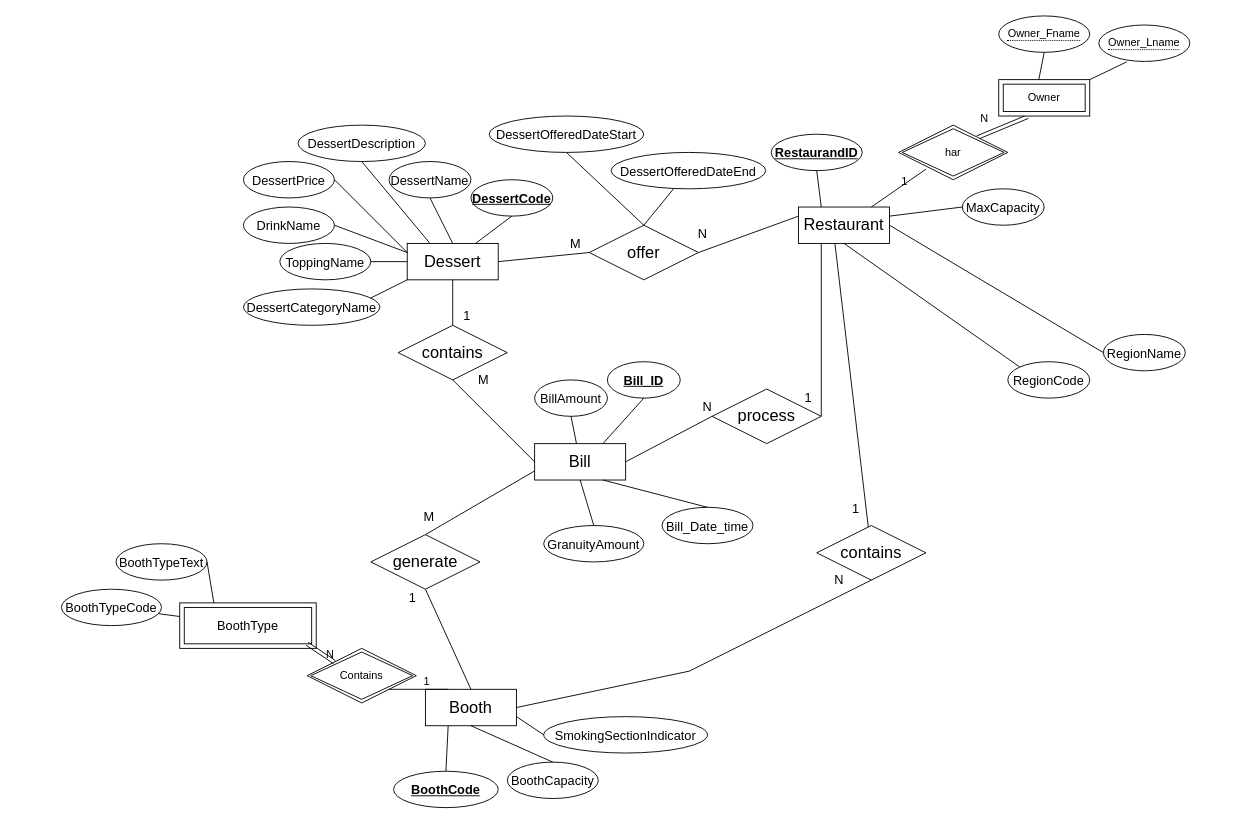
PyroG8r/Databaser-DT139G keeps this draw.io diagram as Labb3/N2/Dessert_DiagramN2.drawio. Above is the earlier version. Source tidied: cells renumbered, new cells numbered last; positions are measured from the earlier drawing's top-left corner, leaving out a move shared by most shapes. Both pictures are drawn from the tidied source at 91%, with x=0, y=0 at pixel (61, 15).
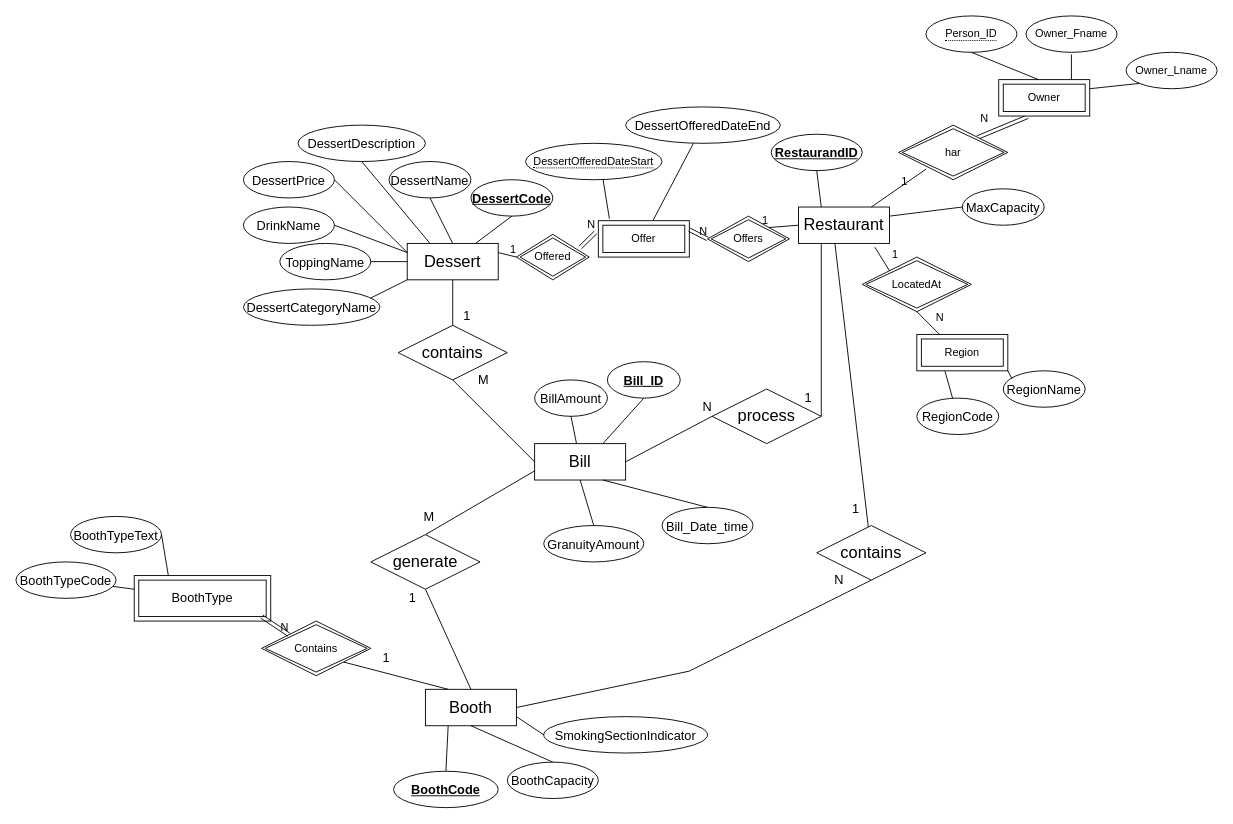
The same page after the edit.

Unchanged cells that the change refers to:
```xml
<mxCell id="3" value="&lt;font style=&quot;font-size: 18px&quot;&gt;Booth&lt;/font&gt;" style="whiteSpace=wrap;html=1;align=center;" parent="1" vertex="1">
  <mxGeometry x="400" y="740" width="100" height="40" as="geometry" />
</mxCell>
<mxCell id="4" value="&lt;font style=&quot;font-size: 18px&quot;&gt;Restaurant&lt;/font&gt;" style="whiteSpace=wrap;html=1;align=center;" parent="1" vertex="1">
  <mxGeometry x="810" y="210" width="100" height="40" as="geometry" />
</mxCell>
<mxCell id="5" value="&lt;font style=&quot;font-size: 18px&quot;&gt;Dessert&lt;/font&gt;" style="whiteSpace=wrap;html=1;align=center;" parent="1" vertex="1">
  <mxGeometry x="380" y="250" width="100" height="40" as="geometry" />
</mxCell>
<mxCell id="78" value="Owner" style="shape=ext;margin=3;double=1;whiteSpace=wrap;html=1;align=center;" parent="1" vertex="1">
  <mxGeometry x="1030" y="70" width="100" height="40" as="geometry" />
</mxCell>
```

Change to the diagram source:
```diff
@@
-    <mxCell id="8" value="offer" style="shape=rhombus;perimeter=rhombusPerimeter;whiteSpace=wrap;html=1;align=center;fontSize=18;" parent="1" vertex="1">
-      <mxGeometry x="580" y="230" width="120" height="60" as="geometry" />
-    </mxCell>
@@
-    <mxCell id="21" value="&lt;font style=&quot;font-size: 14px&quot;&gt;DessertOfferedDateStart&lt;/font&gt;" style="ellipse;whiteSpace=wrap;html=1;align=center;fontSize=18;" parent="1" vertex="1">
-      <mxGeometry x="470" y="110" width="170" height="40" as="geometry" />
-    </mxCell>
@@
-    <mxCell id="29" style="endArrow=none;html=1;rounded=0;fontSize=18;entryX=0.5;entryY=1;entryDx=0;entryDy=0;exitX=0.5;exitY=0;exitDx=0;exitDy=0;" parent="1" edge="1" source="8" target="21">
+    <mxCell id="29" style="endArrow=none;html=1;rounded=0;fontSize=18;entryX=0.568;entryY=0.997;entryDx=0;entryDy=0;exitX=0.122;exitY=-0.053;exitDx=0;exitDy=0;exitPerimeter=0;entryPerimeter=0;" parent="1" edge="1" source="87" target="21">
       <mxGeometry relative="1" as="geometry" />
     </mxCell>
@@
     <mxCell id="33" value="&lt;font style=&quot;font-size: 14px&quot;&gt;RegionName&lt;/font&gt;" style="ellipse;whiteSpace=wrap;html=1;align=center;fontSize=18;" parent="1" vertex="1">
-      <mxGeometry x="1145" y="350" width="90" height="40" as="geometry" />
+      <mxGeometry x="1035" y="390" width="90" height="40" as="geometry" />
     </mxCell>
     <mxCell id="34" value="&lt;font style=&quot;font-size: 14px&quot;&gt;RegionCode&lt;/font&gt;" style="ellipse;whiteSpace=wrap;html=1;align=center;fontSize=18;" parent="1" vertex="1">
-      <mxGeometry x="1040" y="380" width="90" height="40" as="geometry" />
+      <mxGeometry x="940" y="420" width="90" height="40" as="geometry" />
     </mxCell>
-    <mxCell id="35" style="endArrow=none;html=1;rounded=0;fontSize=18;entryX=0;entryY=0;entryDx=0;entryDy=0;exitX=0.5;exitY=1;exitDx=0;exitDy=0;" parent="1" edge="1" source="4" target="34">
-      <mxGeometry relative="1" as="geometry" />
-    </mxCell>
-    <mxCell id="36" style="endArrow=none;html=1;rounded=0;fontSize=18;entryX=0;entryY=0.5;entryDx=0;entryDy=0;exitX=1;exitY=0.5;exitDx=0;exitDy=0;" parent="1" edge="1" source="4" target="33">
-      <mxGeometry relative="1" as="geometry" />
-    </mxCell>
@@
-    <mxCell id="39" style="endArrow=none;html=1;rounded=0;fontSize=14;entryX=1;entryY=0.5;entryDx=0;entryDy=0;exitX=0;exitY=0.25;exitDx=0;exitDy=0;" parent="1" edge="1" source="4" target="8">
-      <mxGeometry relative="1" as="geometry" />
-    </mxCell>
-    <mxCell id="40" value="N" style="html=1;align=right;verticalAlign=bottom;fontSize=14;" parent="39" vertex="1">
-      <mxGeometry x="1" relative="1" as="geometry">
-        <mxPoint x="10" y="-10" as="offset" />
-      </mxGeometry>
-    </mxCell>
-    <mxCell id="41" style="endArrow=none;html=1;rounded=0;fontSize=14;entryX=0;entryY=0.5;entryDx=0;entryDy=0;exitX=1;exitY=0.5;exitDx=0;exitDy=0;" parent="1" edge="1" source="5" target="8">
-      <mxGeometry relative="1" as="geometry" />
-    </mxCell>
-    <mxCell id="42" value="M" style="html=1;align=right;verticalAlign=bottom;fontSize=14;" parent="41" vertex="1">
-      <mxGeometry x="1" relative="1" as="geometry">
-        <mxPoint x="-9" as="offset" />
-      </mxGeometry>
-    </mxCell>
@@
-    <mxCell id="66" value="&lt;font style=&quot;font-size: 14px&quot;&gt;BoothTypeCode&lt;/font&gt;" style="ellipse;whiteSpace=wrap;html=1;align=center;fontSize=18;" parent="1" vertex="1">
-      <mxGeometry y="630" width="110" height="40" as="geometry" />
-    </mxCell>
-    <mxCell id="67" value="&lt;font style=&quot;font-size: 14px&quot;&gt;BoothTypeText&lt;/font&gt;" style="ellipse;whiteSpace=wrap;html=1;align=center;fontSize=18;" parent="1" vertex="1">
-      <mxGeometry x="60" y="580" width="100" height="40" as="geometry" />
-    </mxCell>
@@
-    <mxCell id="71" style="endArrow=none;html=1;rounded=0;fontSize=14;" parent="1" edge="1" source="66" target="86">
-      <mxGeometry relative="1" as="geometry" />
-    </mxCell>
-    <mxCell id="72" style="endArrow=none;html=1;rounded=0;fontSize=14;entryX=0.25;entryY=0;entryDx=0;entryDy=0;exitX=1;exitY=0.5;exitDx=0;exitDy=0;" parent="1" edge="1" source="67" target="86">
+    <mxCell id="72" style="endArrow=none;html=1;rounded=0;fontSize=14;entryX=0.25;entryY=0;entryDx=0;entryDy=0;exitX=1;exitY=1;exitDx=0;exitDy=0;" parent="1" edge="1" source="98" target="3">
       <mxGeometry relative="1" as="geometry" />
     </mxCell>
@@
-    <mxCell id="79" value="&lt;span style=&quot;border-bottom: 1px dotted&quot;&gt;Owner_Fname&lt;/span&gt;" style="ellipse;whiteSpace=wrap;html=1;align=center;" parent="1" vertex="1">
-      <mxGeometry x="1030" width="100" height="40" as="geometry" />
+    <mxCell id="79" value="&lt;span style=&quot;border-bottom: 1px dotted&quot;&gt;Person_ID&lt;/span&gt;" style="ellipse;whiteSpace=wrap;html=1;align=center;" parent="1" vertex="1">
+      <mxGeometry x="950" width="100" height="40" as="geometry" />
     </mxCell>
@@
     <mxCell id="81" value="&lt;font style=&quot;font-size: 14px&quot;&gt;DessertOfferedDateEnd&lt;/font&gt;" style="ellipse;whiteSpace=wrap;html=1;align=center;fontSize=18;" parent="1" vertex="1">
-      <mxGeometry x="604" y="150" width="170" height="40" as="geometry" />
+      <mxGeometry x="620" y="100" width="170" height="40" as="geometry" />
     </mxCell>
-    <mxCell id="82" style="endArrow=none;html=1;rounded=0;fontSize=18;exitX=0.5;exitY=0;exitDx=0;exitDy=0;" parent="1" edge="1" source="8" target="81">
+    <mxCell id="82" style="endArrow=none;html=1;rounded=0;fontSize=18;exitX=0.6;exitY=0;exitDx=0;exitDy=0;exitPerimeter=0;" parent="1" edge="1" source="87" target="81">
       <mxGeometry relative="1" as="geometry" />
     </mxCell>
-    <mxCell id="83" value="&lt;span style=&quot;border-bottom: 1px dotted&quot;&gt;Owner_Lname&lt;/span&gt;" style="ellipse;whiteSpace=wrap;html=1;align=center;" parent="1" vertex="1">
-      <mxGeometry x="1140" y="10" width="100" height="40" as="geometry" />
-    </mxCell>
-    <mxCell id="84" style="endArrow=none;html=1;rounded=0;exitX=1;exitY=0;exitDx=0;exitDy=0;entryX=0.307;entryY=1.012;entryDx=0;entryDy=0;entryPerimeter=0;" parent="1" edge="1" source="78" target="83">
+    <mxCell id="84" style="endArrow=none;html=1;rounded=0;exitX=0.799;exitY=0;exitDx=0;exitDy=0;entryX=0.499;entryY=1.06;entryDx=0;entryDy=0;entryPerimeter=0;exitPerimeter=0;" parent="1" edge="1" source="78" target="91">
       <mxGeometry relative="1" as="geometry" />
     </mxCell>
+    <mxCell id="91" value="Owner_Fname" style="ellipse;whiteSpace=wrap;html=1;align=center;" parent="1" vertex="1">
+      <mxGeometry x="1060" width="100" height="40" as="geometry" />
+    </mxCell>
-    <mxCell id="85" value="Contains" style="shape=rhombus;double=1;perimeter=rhombusPerimeter;whiteSpace=wrap;html=1;align=center;" parent="1" vertex="1">
-      <mxGeometry x="270" y="695" width="120" height="60" as="geometry" />
+    <mxCell id="85" value="Owner_Lname" style="ellipse;whiteSpace=wrap;html=1;align=center;" parent="1" vertex="1">
+      <mxGeometry x="1170" y="40" width="100" height="40" as="geometry" />
     </mxCell>
-    <mxCell id="86" value="&lt;span style=&quot;font-size: 14px&quot;&gt;BoothType&lt;/span&gt;" style="shape=ext;margin=3;double=1;whiteSpace=wrap;html=1;align=center;" parent="1" vertex="1">
-      <mxGeometry x="130" y="645" width="150" height="50" as="geometry" />
+    <mxCell id="86" style="endArrow=none;html=1;rounded=0;exitX=1;exitY=0.25;exitDx=0;exitDy=0;entryX=0;entryY=1;entryDx=0;entryDy=0;" parent="1" edge="1" source="78" target="85">
+      <mxGeometry relative="1" as="geometry" />
     </mxCell>
-    <mxCell id="87" style="shape=link;html=1;rounded=0;entryX=0;entryY=0;entryDx=0;entryDy=0;" parent="1" edge="1" target="85">
-      <mxGeometry relative="1" as="geometry">
-        <mxPoint x="270" y="690" as="sourcePoint" />
-      </mxGeometry>
+    <mxCell id="87" value="Offer" style="shape=ext;margin=3;double=1;whiteSpace=wrap;html=1;align=center;" parent="1" vertex="1">
+      <mxGeometry x="590" y="225" width="100" height="40" as="geometry" />
     </mxCell>
-    <mxCell id="88" value="N" style="html=1;align=right;verticalAlign=bottom;" parent="87" vertex="1">
-      <mxGeometry x="1" relative="1" as="geometry" />
-    </mxCell>
-    <mxCell id="89" style="endArrow=none;html=1;rounded=0;exitX=1;exitY=1;exitDx=0;exitDy=0;entryX=0.25;entryY=0;entryDx=0;entryDy=0;" parent="1" edge="1" source="85" target="3">
-      <mxGeometry relative="1" as="geometry" />
+    <mxCell id="89" value="Offered" style="shape=rhombus;double=1;perimeter=rhombusPerimeter;whiteSpace=wrap;html=1;align=center;" parent="1" vertex="1">
+      <mxGeometry x="500" y="240" width="80" height="50" as="geometry" />
     </mxCell>
-    <mxCell id="90" value="1" style="html=1;align=right;verticalAlign=bottom;" parent="89" vertex="1">
-      <mxGeometry x="1" relative="1" as="geometry">
-        <mxPoint x="-20" as="offset" />
-      </mxGeometry>
+    <mxCell id="90" value="Offers" style="shape=rhombus;double=1;perimeter=rhombusPerimeter;whiteSpace=wrap;html=1;align=center;" parent="1" vertex="1">
+      <mxGeometry x="710" y="220" width="90" height="50" as="geometry" />
     </mxCell>
+    <mxCell id="21" value="&lt;span style=&quot;border-bottom: 1px dotted&quot;&gt;DessertOfferedDateStart&lt;/span&gt;" style="ellipse;whiteSpace=wrap;html=1;align=center;" parent="1" vertex="1">
+      <mxGeometry x="510" y="140" width="150" height="40" as="geometry" />
+    </mxCell>
+    <mxCell id="92" style="endArrow=none;html=1;rounded=0;entryX=0;entryY=0.5;entryDx=0;entryDy=0;exitX=1;exitY=0.25;exitDx=0;exitDy=0;" parent="1" edge="1" source="5" target="89">
+      <mxGeometry relative="1" as="geometry" />
+    </mxCell>
+    <mxCell id="93" value="1" style="html=1;align=right;verticalAlign=bottom;" parent="92" vertex="1">
+      <mxGeometry x="1" relative="1" as="geometry" />
+    </mxCell>
+    <mxCell id="94" style="endArrow=none;html=1;rounded=0;exitX=0;exitY=0.5;exitDx=0;exitDy=0;entryX=1;entryY=0;entryDx=0;entryDy=0;" parent="1" edge="1" source="4" target="90">
+      <mxGeometry relative="1" as="geometry" />
+    </mxCell>
+    <mxCell id="95" value="1" style="html=1;align=right;verticalAlign=bottom;" parent="94" vertex="1">
+      <mxGeometry x="1" relative="1" as="geometry" />
+    </mxCell>
+    <mxCell id="66" value="&lt;font style=&quot;font-size: 14px&quot;&gt;BoothTypeCode&lt;/font&gt;" style="ellipse;whiteSpace=wrap;html=1;align=center;fontSize=18;" parent="1" vertex="1">
+      <mxGeometry x="-50" y="600" width="110" height="40" as="geometry" />
+    </mxCell>
+    <mxCell id="67" value="&lt;font style=&quot;font-size: 14px&quot;&gt;BoothTypeText&lt;/font&gt;" style="ellipse;whiteSpace=wrap;html=1;align=center;fontSize=18;" parent="1" vertex="1">
+      <mxGeometry x="10" y="550" width="100" height="40" as="geometry" />
+    </mxCell>
+    <mxCell id="96" style="endArrow=none;html=1;rounded=0;fontSize=14;" parent="1" edge="1" source="66" target="99">
+      <mxGeometry relative="1" as="geometry" />
+    </mxCell>
+    <mxCell id="97" style="endArrow=none;html=1;rounded=0;fontSize=14;entryX=0.25;entryY=0;entryDx=0;entryDy=0;exitX=1;exitY=0.5;exitDx=0;exitDy=0;" parent="1" edge="1" source="67" target="99">
+      <mxGeometry relative="1" as="geometry" />
+    </mxCell>
+    <mxCell id="98" value="Contains" style="shape=rhombus;double=1;perimeter=rhombusPerimeter;whiteSpace=wrap;html=1;align=center;" parent="1" vertex="1">
+      <mxGeometry x="220" y="665" width="120" height="60" as="geometry" />
+    </mxCell>
+    <mxCell id="99" value="&lt;span style=&quot;font-size: 14px&quot;&gt;BoothType&lt;/span&gt;" style="shape=ext;margin=3;double=1;whiteSpace=wrap;html=1;align=center;" parent="1" vertex="1">
+      <mxGeometry x="80" y="615" width="150" height="50" as="geometry" />
+    </mxCell>
+    <mxCell id="100" style="shape=link;html=1;rounded=0;entryX=0;entryY=0;entryDx=0;entryDy=0;" parent="1" edge="1" target="98">
+      <mxGeometry relative="1" as="geometry">
+        <mxPoint x="220" y="660" as="sourcePoint" />
+      </mxGeometry>
+    </mxCell>
+    <mxCell id="101" value="N" style="html=1;align=right;verticalAlign=bottom;" parent="100" vertex="1">
+      <mxGeometry x="1" relative="1" as="geometry" />
+    </mxCell>
+    <mxCell id="102" value="1" style="html=1;align=right;verticalAlign=bottom;fontSize=14;" parent="1" vertex="1">
+      <mxGeometry x="399.9" y="659.8" as="geometry">
+        <mxPoint x="-39" y="56" as="offset" />
+      </mxGeometry>
+    </mxCell>
+    <mxCell id="103" value="Region" style="shape=ext;margin=3;double=1;whiteSpace=wrap;html=1;align=center;" parent="1" vertex="1">
+      <mxGeometry x="940" y="350" width="100" height="40" as="geometry" />
+    </mxCell>
+    <mxCell id="104" value="LocatedAt" style="shape=rhombus;double=1;perimeter=rhombusPerimeter;whiteSpace=wrap;html=1;align=center;" parent="1" vertex="1">
+      <mxGeometry x="880" y="265" width="120" height="60" as="geometry" />
+    </mxCell>
+    <mxCell id="105" style="endArrow=none;html=1;rounded=0;exitX=0.839;exitY=1.104;exitDx=0;exitDy=0;exitPerimeter=0;entryX=0;entryY=0;entryDx=0;entryDy=0;" parent="1" edge="1" source="4" target="104">
+      <mxGeometry relative="1" as="geometry" />
+    </mxCell>
+    <mxCell id="106" value="1" style="html=1;align=right;verticalAlign=bottom;" parent="105" vertex="1">
+      <mxGeometry x="1" relative="1" as="geometry">
+        <mxPoint x="10" y="-10" as="offset" />
+      </mxGeometry>
+    </mxCell>
+    <mxCell id="107" style="endArrow=none;html=1;rounded=0;exitX=0.5;exitY=1;exitDx=0;exitDy=0;entryX=0.25;entryY=0;entryDx=0;entryDy=0;" parent="1" edge="1" source="104" target="103">
+      <mxGeometry relative="1" as="geometry" />
+    </mxCell>
+    <mxCell id="108" value="N" style="html=1;align=right;verticalAlign=bottom;" parent="107" vertex="1">
+      <mxGeometry x="1" relative="1" as="geometry">
+        <mxPoint x="5" y="-10" as="offset" />
+      </mxGeometry>
+    </mxCell>
+    <mxCell id="109" style="endArrow=none;html=1;rounded=0;exitX=0.309;exitY=1.01;exitDx=0;exitDy=0;exitPerimeter=0;" parent="1" edge="1" source="103" target="34">
+      <mxGeometry relative="1" as="geometry" />
+    </mxCell>
+    <mxCell id="110" style="endArrow=none;html=1;rounded=0;exitX=1;exitY=1;exitDx=0;exitDy=0;entryX=0.107;entryY=0.22;entryDx=0;entryDy=0;entryPerimeter=0;" parent="1" edge="1" source="103" target="33">
+      <mxGeometry relative="1" as="geometry" />
+    </mxCell>
+    <mxCell id="111" style="shape=link;html=1;rounded=0;exitX=1;exitY=0;exitDx=0;exitDy=0;entryX=-0.031;entryY=0.325;entryDx=0;entryDy=0;entryPerimeter=0;" parent="1" edge="1" target="87">
+      <mxGeometry relative="1" as="geometry">
+        <mxPoint x="570" y="254.5" as="sourcePoint" />
+      </mxGeometry>
+    </mxCell>
+    <mxCell id="112" value="N" style="html=1;align=right;verticalAlign=bottom;" parent="111" vertex="1">
+      <mxGeometry x="1" relative="1" as="geometry" />
+    </mxCell>
+    <mxCell id="113" style="shape=link;html=1;rounded=0;exitX=1;exitY=0.25;exitDx=0;exitDy=0;entryX=0;entryY=0.5;entryDx=0;entryDy=0;" parent="1" edge="1" source="87" target="90">
+      <mxGeometry relative="1" as="geometry" />
+    </mxCell>
+    <mxCell id="114" value="N" style="html=1;align=right;verticalAlign=bottom;" parent="113" vertex="1">
+      <mxGeometry x="1" relative="1" as="geometry" />
+    </mxCell>
```
